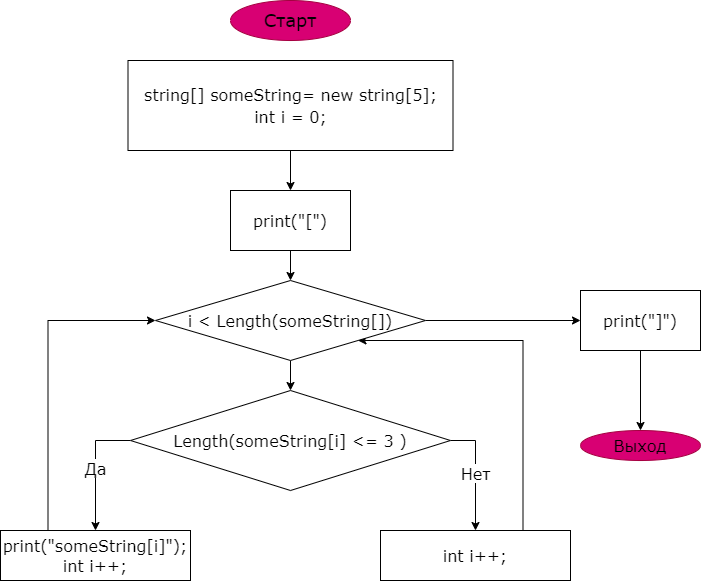
Above: Choise_of_Spetialization.png in abbattar/My_Choise_spetialization (draw.io), before the change. Source tidied: cells renumbered, new cells last; positions are measured from the earlier drawing's top-left corner, leaving out a move shared by most shapes.
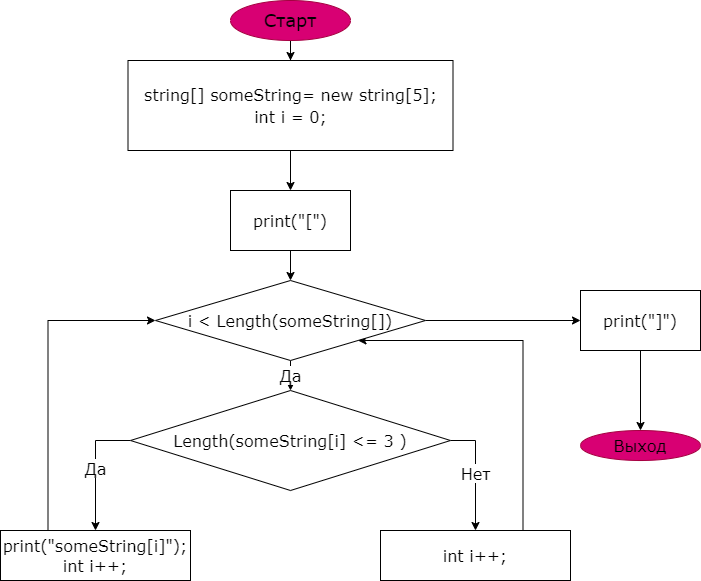
The same file after the commit.

Change to the diagram source:
```diff
@@ -2,6 +2,9 @@
   <root>
     <mxCell id="0" />
     <mxCell id="1" parent="0" />
+    <mxCell id="20" style="edgeStyle=orthogonalEdgeStyle;rounded=0;jettySize=auto;html=1;" parent="1" edge="1" source="2" target="4">
+      <mxGeometry relative="1" as="geometry" />
+    </mxCell>
     <mxCell id="2" value="&lt;font color=&quot;#000000&quot;&gt;Старт&lt;/font&gt;" style="ellipse;whiteSpace=wrap;html=1;fillColor=#d80073;fontColor=#ffffff;strokeColor=#A50040;fontSize=18;fontFamily=Verdana;" parent="1" vertex="1">
       <mxGeometry x="230" width="120" height="40" as="geometry" />
     </mxCell>
@@ -42,7 +45,7 @@
     <mxCell id="13" value="int i++;" style="rounded=0;whiteSpace=wrap;html=1;labelBackgroundColor=none;fontFamily=Verdana;fontSize=16;fontColor=#000000;" parent="1" vertex="1">
       <mxGeometry x="380" y="530" width="190" height="50" as="geometry" />
     </mxCell>
-    <mxCell id="14" style="edgeStyle=orthogonalEdgeStyle;rounded=0;jettySize=auto;html=1;fontFamily=Verdana;fontSize=16;fontColor=#000000;" parent="1" edge="1" source="16" target="7">
+    <mxCell id="14" value="Да" style="edgeStyle=orthogonalEdgeStyle;rounded=0;jettySize=auto;html=1;fontFamily=Verdana;fontSize=16;fontColor=#000000;" parent="1" edge="1" source="16" target="7">
       <mxGeometry relative="1" as="geometry" />
     </mxCell>
     <mxCell id="15" style="edgeStyle=orthogonalEdgeStyle;rounded=0;jettySize=auto;html=1;fontFamily=Verdana;fontSize=16;fontColor=#000000;" parent="1" edge="1" source="16" target="18">
```
